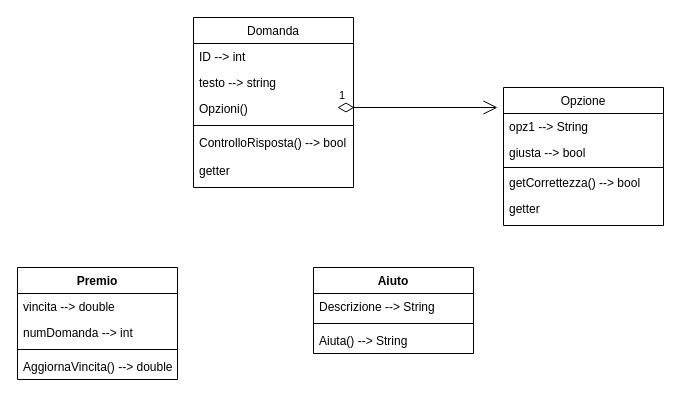
FilloCaprari/Progetto-Info keeps this draw.io diagram as Diagramma delle classi.drawio. Above is the earlier version. Source tidied: cells renumbered, new cells numbered last; positions are measured from the earlier drawing's top-left corner, leaving out a move shared by most shapes. Both pictures are drawn from the tidied source at 100%, with x=0, y=0 at pixel (17, 17).
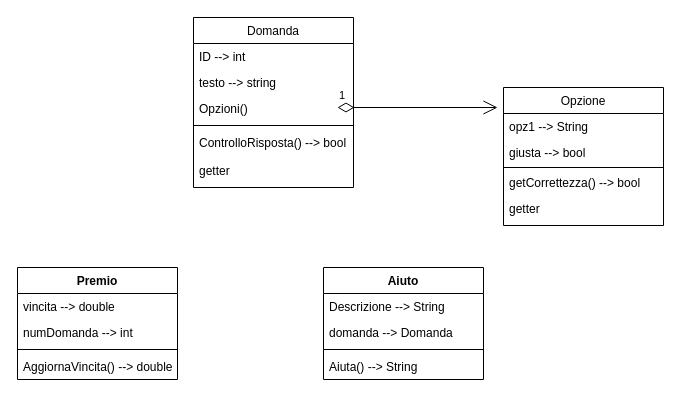
The same page after the edit.

Commit message:
UPD aggiunto classe aiuto

Diff of the diagram source:
```diff
@@
     <mxCell id="21" value="Aiuto" style="swimlane;fontStyle=1;align=center;verticalAlign=top;horizontal=1;startSize=26;whiteSpace=wrap;html=1;" parent="1" vertex="1">
-      <mxGeometry x="296" y="250" width="160" height="86" as="geometry" />
+      <mxGeometry x="306" y="250" width="160" height="112" as="geometry" />
     </mxCell>
@@
+    <mxCell id="25" value="domanda --&amp;gt; Domanda" style="text;strokeColor=none;fillColor=none;align=left;verticalAlign=top;spacingLeft=4;spacingRight=4;overflow=hidden;whiteSpace=wrap;html=1;" parent="21" vertex="1">
+      <mxGeometry y="52" width="160" height="26" as="geometry" />
+    </mxCell>
     <mxCell id="23" style="line;strokeWidth=1;fillColor=none;align=left;verticalAlign=middle;spacingTop=-1;spacingLeft=3;spacingRight=3;labelPosition=right;strokeColor=inherit;" parent="21" vertex="1">
-      <mxGeometry y="52" width="160" height="8" as="geometry" />
+      <mxGeometry y="78" width="160" height="8" as="geometry" />
     </mxCell>
     <mxCell id="24" value="Aiuta() --&amp;gt; String" style="text;strokeColor=none;fillColor=none;align=left;verticalAlign=top;spacingLeft=4;spacingRight=4;overflow=hidden;whiteSpace=wrap;html=1;" parent="21" vertex="1">
-      <mxGeometry y="60" width="160" height="26" as="geometry" />
+      <mxGeometry y="86" width="160" height="26" as="geometry" />
     </mxCell>
```
